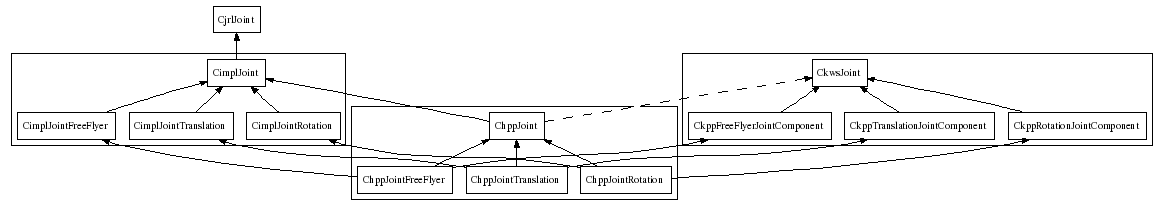
Earlier version of the Graphviz export doc/figures/classDiagramJoint.png (pFernbach/hpp-model). Its source is kept beside it as doc/figures/classDiagramJoint.dot.
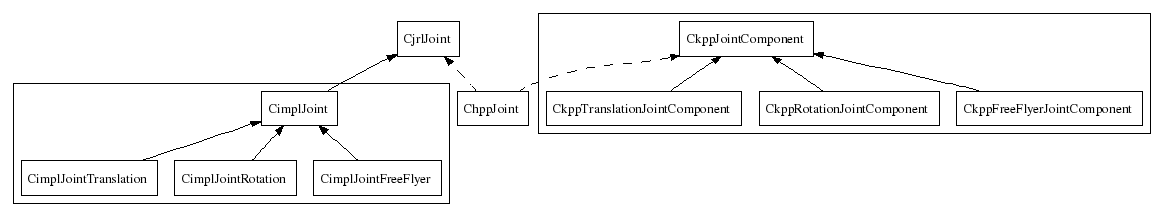
After the change.

Commit message:
ChppJoint does not derive anymore from CkwsJoint and CimplJoint but stores a pointer to one of these objects.

Change to the diagram source:
```diff
@@ -2,6 +2,9 @@
 	size = "12,15"
 	rankdir = BT
 	compound=true
+
+	ChppJoint [shape = box]
+
 	CjrlJoint [shape = box]
 	subgraph cluster0 {
 		CimplJoint [shape = box]
@@ -13,32 +16,16 @@
 		CkppFreeFlyerJointComponent [shape = box]
 		CkppRotationJointComponent [shape = box]
 		CkppTranslationJointComponent [shape = box]
-		CkwsJoint [shape = box]
+		CkppJointComponent [shape = box]
 	}
 
-	subgraph cluster2 {
-		ChppJoint [shape = box]
-		"ChppJointFreeFlyer" [shape = box]
-		"ChppJointRotation" [shape = box]
-		"ChppJointTranslation" [shape = box]
-	}
-
-	ChppJoint -> CimplJoint
+	ChppJoint -> CjrlJoint [style=dashed]
 	CimplJoint -> CjrlJoint
-	ChppJoint -> CkwsJoint [style = dashed]
+	ChppJoint -> CkppJointComponent [style = dashed]
 	CimplJointFreeFlyer -> CimplJoint
 	CimplJointRotation -> CimplJoint
 	CimplJointTranslation -> CimplJoint
-	"ChppJointFreeFlyer" -> CimplJointFreeFlyer
-	"ChppJointRotation" -> CimplJointRotation
-	"ChppJointTranslation" -> CimplJointTranslation
-	"ChppJointFreeFlyer" -> CkppFreeFlyerJointComponent
-	"ChppJointRotation" -> CkppRotationJointComponent
-	"ChppJointTranslation" -> CkppTranslationJointComponent
-	"ChppJointFreeFlyer" -> ChppJoint
-	"ChppJointRotation" -> ChppJoint
-	"ChppJointTranslation" -> ChppJoint
-	CkppFreeFlyerJointComponent -> CkwsJoint
-	CkppRotationJointComponent -> CkwsJoint
-	CkppTranslationJointComponent -> CkwsJoint
+	CkppFreeFlyerJointComponent -> CkppJointComponent
+	CkppRotationJointComponent -> CkppJointComponent
+	CkppTranslationJointComponent -> CkppJointComponent
 }
```
